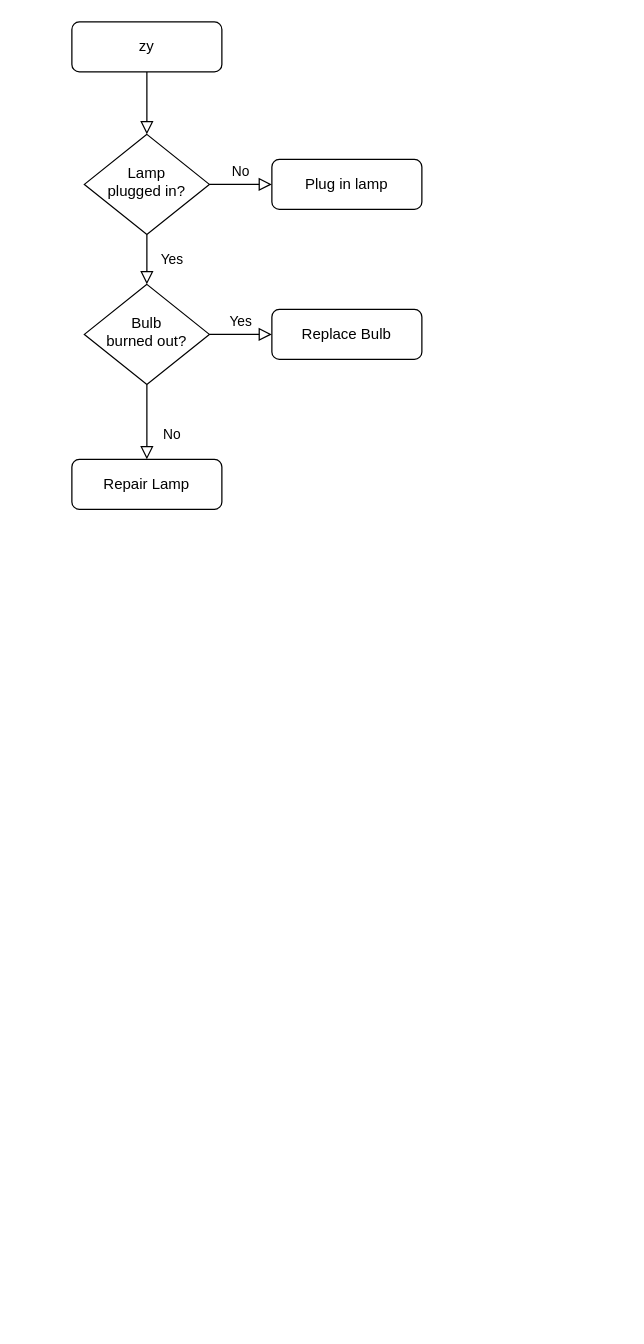
Above: 未命名绘图.drawio in brainee/diagrams (draw.io), before the change. Source tidied: cells renumbered, new cells numbered last; positions are measured from the earlier drawing's top-left corner, leaving out a move shared by most shapes. Both pictures are drawn from the tidied source at 125%, with x=0, y=0 at pixel (71, 21).
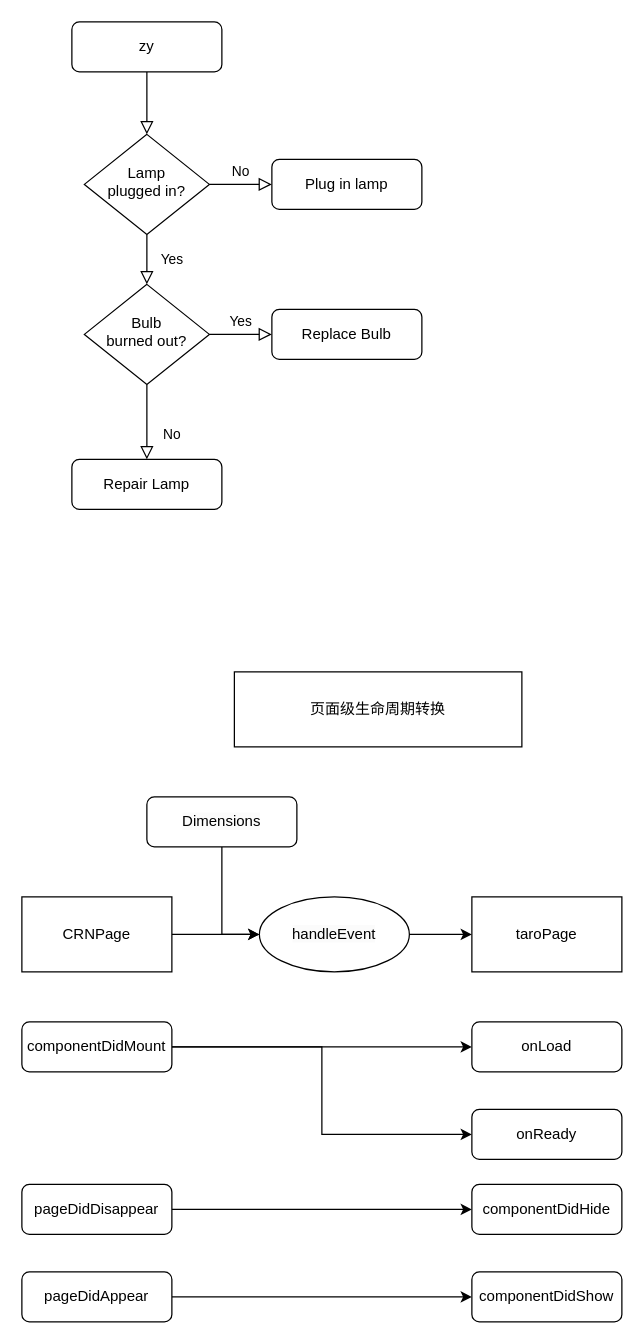
The same diagram, later.

Commit message:
页面级生命周期转换.drawio

The edit, as a diff of the source:
```diff
@@
+    <mxCell id="13" style="edgeStyle=orthogonalEdgeStyle;rounded=0;jettySize=auto;html=1;" parent="1" edge="1" source="14" target="31">
+      <mxGeometry relative="1" as="geometry" />
+    </mxCell>
+    <mxCell id="14" value="CRNPage" style="rounded=0;whiteSpace=wrap;html=1;" parent="1" vertex="1">
+      <mxGeometry x="-40" y="700" width="120" height="60" as="geometry" />
+    </mxCell>
+    <mxCell id="15" value="taroPage" style="rounded=0;whiteSpace=wrap;html=1;" parent="1" vertex="1">
+      <mxGeometry x="320" y="700" width="120" height="60" as="geometry" />
+    </mxCell>
+    <mxCell id="16" style="edgeStyle=orthogonalEdgeStyle;rounded=0;jettySize=auto;html=1;exitX=1;exitY=0.5;exitDx=0;exitDy=0;entryX=0;entryY=0.5;entryDx=0;entryDy=0;" parent="1" edge="1" source="18" target="22">
+      <mxGeometry relative="1" as="geometry" />
+    </mxCell>
+    <mxCell id="17" style="edgeStyle=orthogonalEdgeStyle;rounded=0;jettySize=auto;html=1;exitX=1;exitY=0.5;exitDx=0;exitDy=0;entryX=0;entryY=0.5;entryDx=0;entryDy=0;" parent="1" edge="1" source="18" target="21">
+      <mxGeometry relative="1" as="geometry" />
+    </mxCell>
+    <mxCell id="18" value="componentDidMount" style="rounded=1;whiteSpace=wrap;html=1;" parent="1" vertex="1">
+      <mxGeometry x="-40" y="800" width="120" height="40" as="geometry" />
+    </mxCell>
+    <mxCell id="19" style="edgeStyle=orthogonalEdgeStyle;rounded=0;jettySize=auto;html=1;entryX=0;entryY=0.5;entryDx=0;entryDy=0;" parent="1" edge="1" source="20" target="31">
+      <mxGeometry relative="1" as="geometry" />
+    </mxCell>
+    <mxCell id="20" value="&lt;span style=&quot;color: rgb(0, 0, 0); font-family: Helvetica; font-size: 12px; font-style: normal; font-variant-ligatures: normal; font-variant-caps: normal; font-weight: 400; letter-spacing: normal; orphans: 2; text-align: left; text-indent: 0px; text-transform: none; widows: 2; word-spacing: 0px; -webkit-text-stroke-width: 0px; background-color: rgb(251, 251, 251); text-decoration-thickness: initial; text-decoration-style: initial; text-decoration-color: initial; float: none; display: inline !important;&quot;&gt;Dimensions&lt;/span&gt;" style="rounded=1;whiteSpace=wrap;html=1;" parent="1" vertex="1">
+      <mxGeometry x="60" y="620" width="120" height="40" as="geometry" />
+    </mxCell>
+    <mxCell id="21" value="onReady" style="rounded=1;whiteSpace=wrap;html=1;" parent="1" vertex="1">
+      <mxGeometry x="320" y="870" width="120" height="40" as="geometry" />
+    </mxCell>
+    <mxCell id="22" value="onLoad" style="rounded=1;whiteSpace=wrap;html=1;" parent="1" vertex="1">
+      <mxGeometry x="320" y="800" width="120" height="40" as="geometry" />
+    </mxCell>
+    <mxCell id="23" style="edgeStyle=orthogonalEdgeStyle;rounded=0;jettySize=auto;html=1;exitX=1;exitY=0.5;exitDx=0;exitDy=0;entryX=0;entryY=0.5;entryDx=0;entryDy=0;" parent="1" edge="1" source="24" target="27">
+      <mxGeometry relative="1" as="geometry" />
+    </mxCell>
+    <mxCell id="24" value="pageDidDisappear" style="rounded=1;whiteSpace=wrap;html=1;" parent="1" vertex="1">
+      <mxGeometry x="-40" y="930" width="120" height="40" as="geometry" />
+    </mxCell>
+    <mxCell id="25" style="edgeStyle=orthogonalEdgeStyle;rounded=0;jettySize=auto;html=1;exitX=1;exitY=0.5;exitDx=0;exitDy=0;entryX=0;entryY=0.5;entryDx=0;entryDy=0;" parent="1" edge="1" source="26" target="29">
+      <mxGeometry relative="1" as="geometry" />
+    </mxCell>
+    <mxCell id="26" value="pageDidAppear" style="rounded=1;whiteSpace=wrap;html=1;" parent="1" vertex="1">
+      <mxGeometry x="-40" y="1000" width="120" height="40" as="geometry" />
+    </mxCell>
+    <mxCell id="27" value="componentDidHide" style="rounded=1;whiteSpace=wrap;html=1;" parent="1" vertex="1">
+      <mxGeometry x="320" y="930" width="120" height="40" as="geometry" />
+    </mxCell>
+    <mxCell id="28" style="edgeStyle=orthogonalEdgeStyle;rounded=0;jettySize=auto;html=1;exitX=0.75;exitY=0;exitDx=0;exitDy=0;" parent="1" edge="1" source="29">
+      <mxGeometry relative="1" as="geometry">
+        <mxPoint x="410" y="1010" as="targetPoint" />
+      </mxGeometry>
+    </mxCell>
+    <mxCell id="29" value="componentDidShow" style="rounded=1;whiteSpace=wrap;html=1;" parent="1" vertex="1">
+      <mxGeometry x="320" y="1000" width="120" height="40" as="geometry" />
+    </mxCell>
+    <mxCell id="30" style="edgeStyle=orthogonalEdgeStyle;rounded=0;jettySize=auto;html=1;" parent="1" edge="1" source="31" target="15">
+      <mxGeometry relative="1" as="geometry" />
+    </mxCell>
+    <mxCell id="31" value="&lt;span style=&quot;color: rgb(0, 0, 0); font-family: Helvetica; font-size: 12px; font-style: normal; font-variant-ligatures: normal; font-variant-caps: normal; font-weight: 400; letter-spacing: normal; orphans: 2; text-align: left; text-indent: 0px; text-transform: none; widows: 2; word-spacing: 0px; -webkit-text-stroke-width: 0px; background-color: rgb(251, 251, 251); text-decoration-thickness: initial; text-decoration-style: initial; text-decoration-color: initial; float: none; display: inline !important;&quot;&gt;handleEvent&lt;/span&gt;" style="ellipse;whiteSpace=wrap;html=1;" parent="1" vertex="1">
+      <mxGeometry x="150" y="700" width="120" height="60" as="geometry" />
+    </mxCell>
+    <mxCell id="32" value="页面级生命周期转换" style="rounded=0;whiteSpace=wrap;html=1;" parent="1" vertex="1">
+      <mxGeometry x="130" y="520" width="230" height="60" as="geometry" />
+    </mxCell>
```
